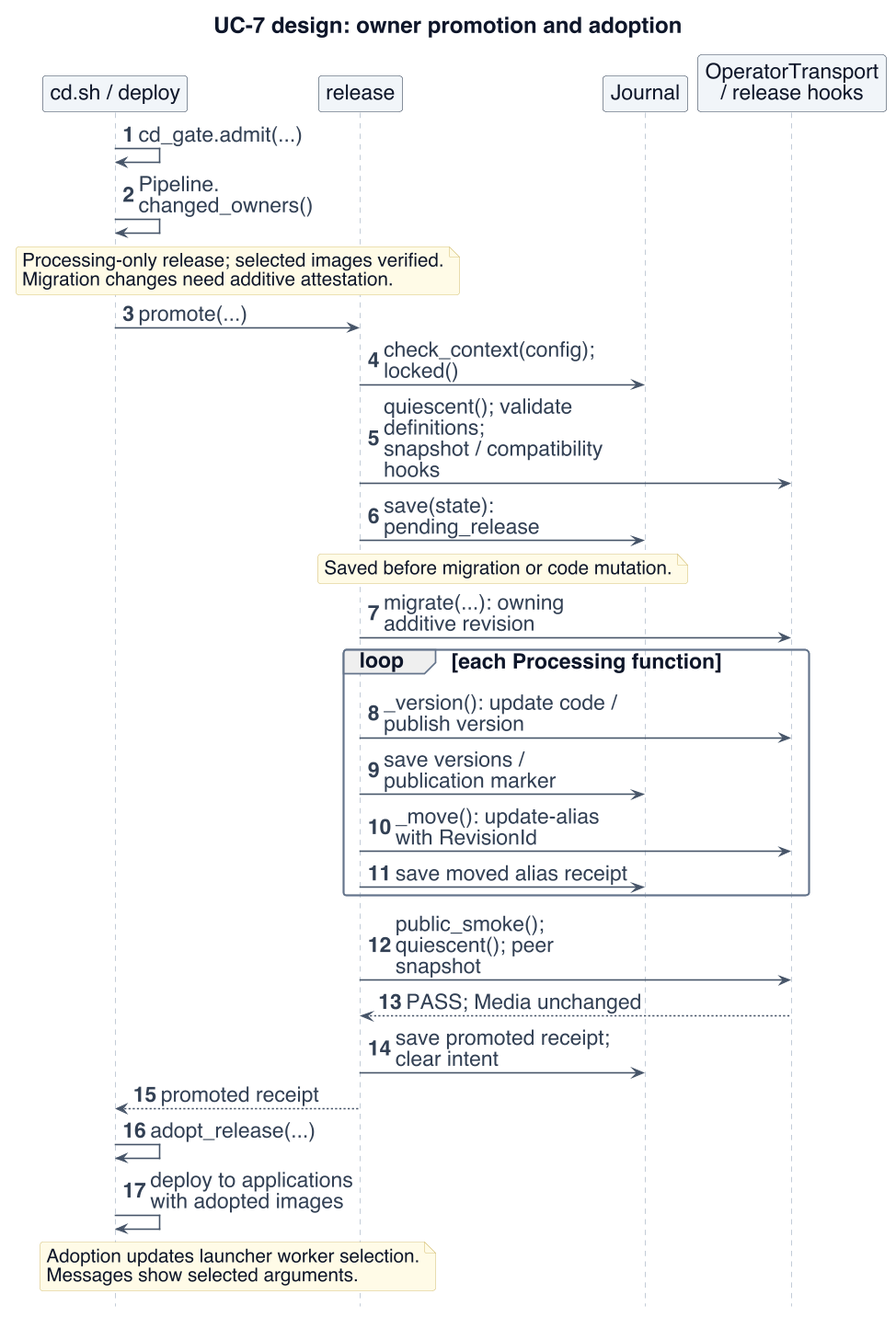
Before: project-documentation/final-report/figures/uc7-design-normal.png, a diagram exported from PlantUML (Collaboration95/dc2). Its diagram source:
```plantuml
@startuml
!include _style.iuml
skinparam defaultFontSize 20
skinparam ArrowFontSize 20
skinparam classAttributeFontSize 18
skinparam ClassStereotypeFontSize 17
skinparam NoteFontSize 18
skinparam titleFontSize 21
skinparam BoxPadding 8
skinparam maxMessageSize 230
skinparam nodesep 22
skinparam ranksep 22
skinparam sequenceMessageAlign left
hide footbox
hide circle
title UC-7 design: owner promotion and adoption
autonumber
participant "cd.sh / deploy" as cd $INFRA
participant "release" as rel $INFRA
participant "Journal" as j $INFRA
participant "OperatorTransport\n/ release hooks" as aws $INFRA
cd -> cd : cd_gate.admit(...)
cd -> cd : Pipeline.\nchanged_owners()
note over cd,rel
 Processing-only release; selected images verified.
 Migration changes need additive attestation.
end note
cd -> rel : promote(...)
rel -> j : check_context(config); locked()
rel -> aws : quiescent(); validate definitions;\nsnapshot / compatibility hooks
rel -> j : save(state): pending_release
note over rel,j : Saved before migration or code mutation.
rel -> aws : migrate(...): owning additive revision
loop each Processing function
 rel -> aws : _version(): update code / publish version
 rel -> j : save versions / publication marker
 rel -> aws : _move(): update-alias with RevisionId
 rel -> j : save moved alias receipt
end
rel -> aws : public_smoke(); quiescent(); peer snapshot
aws --> rel : PASS; Media unchanged
rel -> j : save promoted receipt; clear intent
rel --> cd : promoted receipt
cd -> cd : adopt_release(...)
cd -> cd : deploy to applications with adopted images
note over cd,rel
 Adoption updates launcher worker selection.
 Messages show selected arguments.
end note
@enduml
```
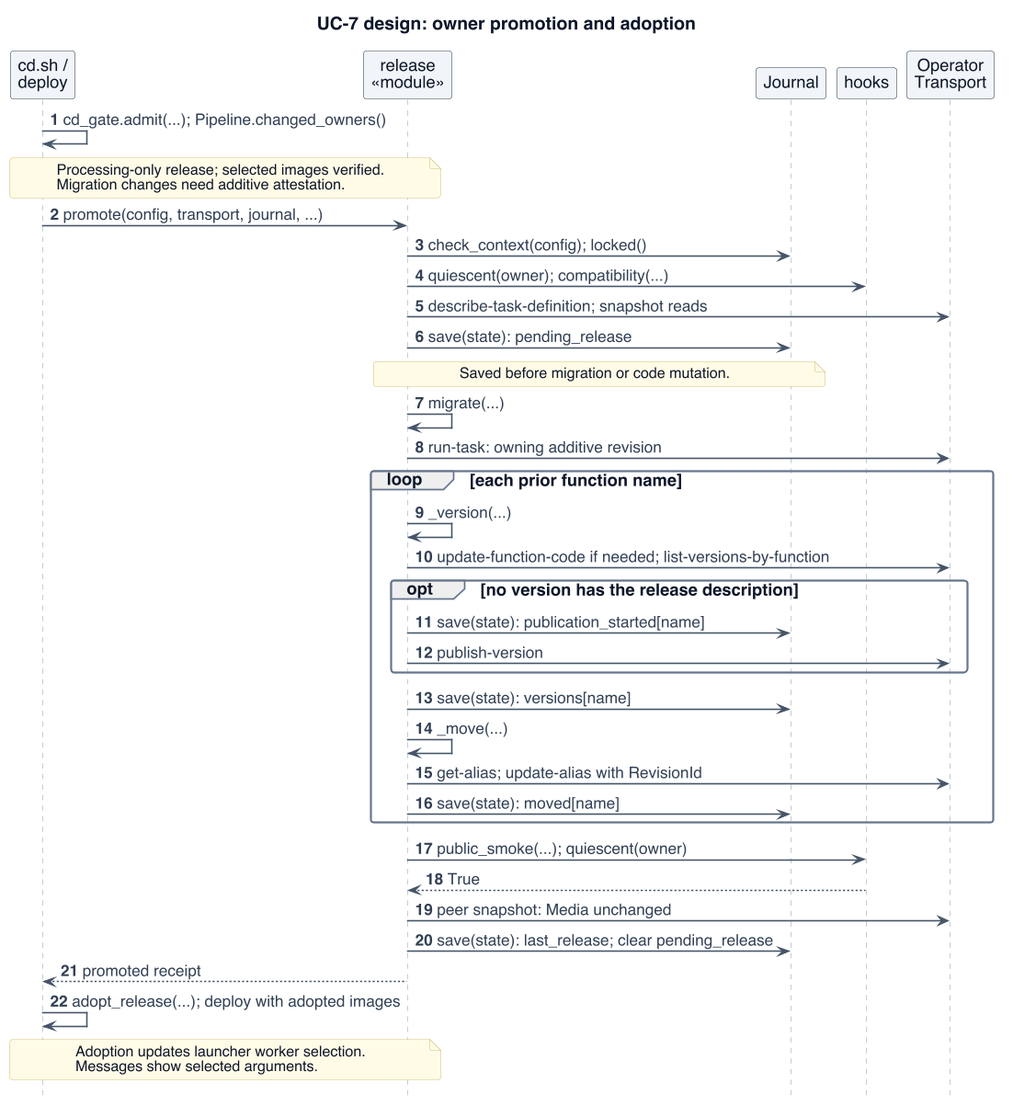
After the change.

What changed in the source:
```diff
@@ -1,13 +1,13 @@
 @startuml
 !include _style.iuml
-skinparam defaultFontSize 20
-skinparam ArrowFontSize 20
-skinparam classAttributeFontSize 18
-skinparam ClassStereotypeFontSize 17
-skinparam NoteFontSize 18
-skinparam titleFontSize 21
+skinparam defaultFontSize 16
+skinparam ArrowFontSize 15
+skinparam classAttributeFontSize 15
+skinparam ClassStereotypeFontSize 13
+skinparam NoteFontSize 14
+skinparam titleFontSize 17
 skinparam BoxPadding 8
-skinparam maxMessageSize 230
+skinparam maxMessageSize 400
 skinparam nodesep 22
 skinparam ranksep 22
 skinparam sequenceMessageAlign left
@@ -15,34 +15,42 @@
 hide circle
 title UC-7 design: owner promotion and adoption
 autonumber
-participant "cd.sh / deploy" as cd $INFRA
-participant "release" as rel $INFRA
+participant "cd.sh /\ndeploy" as cd $INFRA
+participant "release\n«module»" as rel $INFRA
 participant "Journal" as j $INFRA
-participant "OperatorTransport\n/ release hooks" as aws $INFRA
-cd -> cd : cd_gate.admit(...)
-cd -> cd : Pipeline.\nchanged_owners()
+participant "hooks" as hk $INFRA
+participant "Operator\nTransport" as aws $INFRA
+cd -> cd : cd_gate.admit(...); Pipeline.changed_owners()
 note over cd,rel
  Processing-only release; selected images verified.
  Migration changes need additive attestation.
 end note
-cd -> rel : promote(...)
+cd -> rel : promote(config, transport, journal, ...)
 rel -> j : check_context(config); locked()
-rel -> aws : quiescent(); validate definitions;\nsnapshot / compatibility hooks
+rel -> hk : quiescent(owner); compatibility(...)
+rel -> aws : describe-task-definition; snapshot reads
 rel -> j : save(state): pending_release
 note over rel,j : Saved before migration or code mutation.
-rel -> aws : migrate(...): owning additive revision
-loop each Processing function
- rel -> aws : _version(): update code / publish version
- rel -> j : save versions / publication marker
- rel -> aws : _move(): update-alias with RevisionId
- rel -> j : save moved alias receipt
+rel -> rel : migrate(...)
+rel -> aws : run-task: owning additive revision
+loop each prior function name
+ rel -> rel : _version(...)
+ rel -> aws : update-function-code if needed; list-versions-by-function
+ opt no version has the release description
+  rel -> j : save(state): publication_started[name]
+  rel -> aws : publish-version
+ end
+ rel -> j : save(state): versions[name]
+ rel -> rel : _move(...)
+ rel -> aws : get-alias; update-alias with RevisionId
+ rel -> j : save(state): moved[name]
 end
-rel -> aws : public_smoke(); quiescent(); peer snapshot
-aws --> rel : PASS; Media unchanged
-rel -> j : save promoted receipt; clear intent
+rel -> hk : public_smoke(...); quiescent(owner)
+hk --> rel : True
+rel -> aws : peer snapshot: Media unchanged
+rel -> j : save(state): last_release; clear pending_release
 rel --> cd : promoted receipt
-cd -> cd : adopt_release(...)
-cd -> cd : deploy to applications with adopted images
+cd -> cd : adopt_release(...); deploy with adopted images
 note over cd,rel
  Adoption updates launcher worker selection.
  Messages show selected arguments.
```
